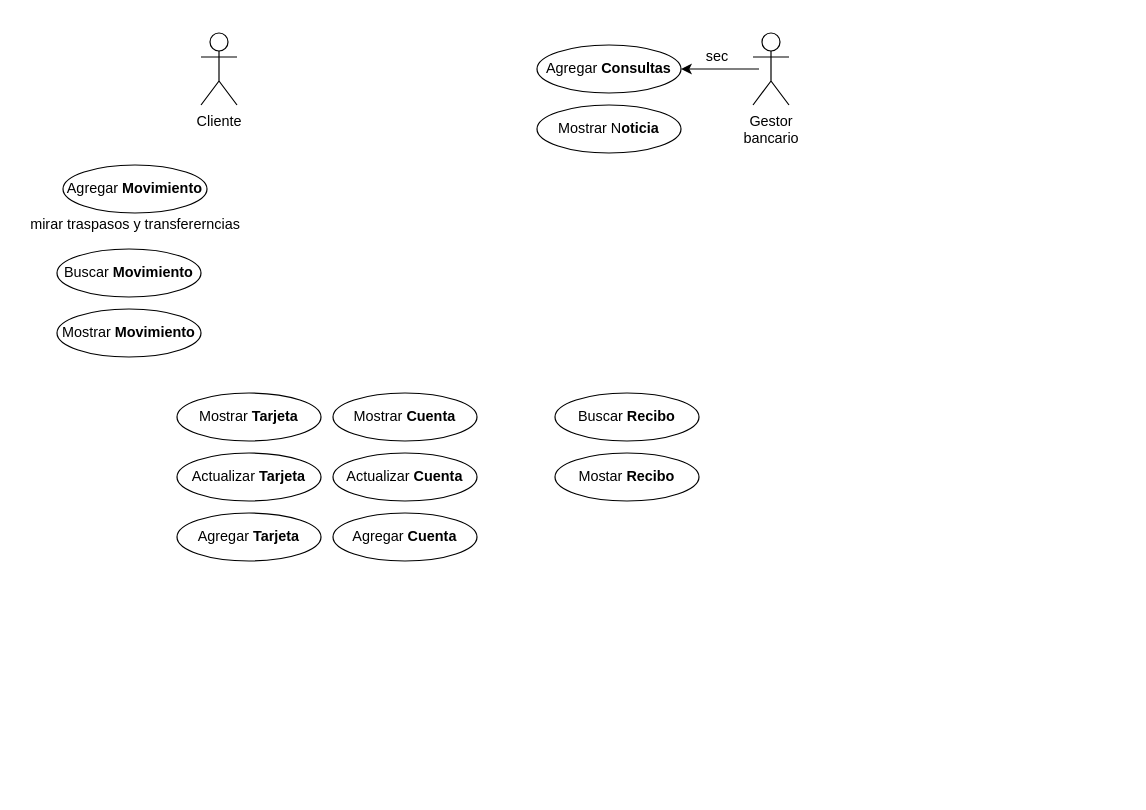
Before: Caso_de_uso.drawio in Argudo/EBZ, a draw.io diagram. Source tidied: cells renumbered, new cells numbered last; positions are measured from the earlier drawing's top-left corner, leaving out a move shared by most shapes. Both pictures are drawn from the tidied source at 120%, with x=0, y=0 at pixel (20, 32).
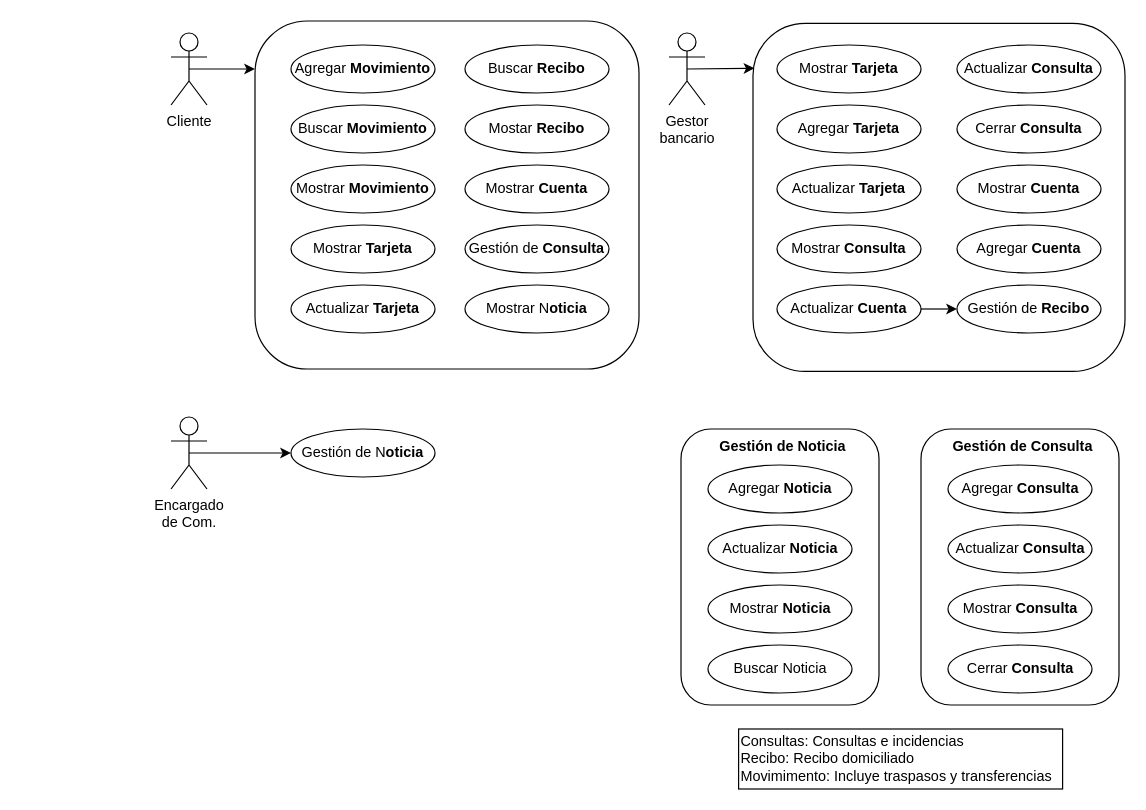
The same diagram, later.

Commit message:
Casos de Uso v1

The edit, as a diff of the source:
```diff
@@
+    <mxCell id="20" style="rounded=1;whiteSpace=wrap;html=1;strokeColor=default;strokeWidth=1;" parent="1" vertex="1">
+      <mxGeometry x="610" y="-8" width="310" height="290" as="geometry" />
+    </mxCell>
+    <mxCell id="21" style="rounded=1;whiteSpace=wrap;html=1;strokeColor=default;strokeWidth=1;" parent="1" vertex="1">
+      <mxGeometry x="195" y="-10" width="320" height="290" as="geometry" />
+    </mxCell>
+    <mxCell id="22" style="edgeStyle=none;html=1;exitX=0.5;exitY=0.5;exitDx=0;exitDy=0;exitPerimeter=0;entryX=0;entryY=0.138;entryDx=0;entryDy=0;entryPerimeter=0;" parent="1" edge="1" source="2" target="21">
+      <mxGeometry relative="1" as="geometry" />
+    </mxCell>
     <mxCell id="2" value="Cliente" style="shape=umlActor;verticalLabelPosition=bottom;verticalAlign=top;html=1;outlineConnect=0;" parent="1" vertex="1">
-      <mxGeometry x="150" width="30" height="60" as="geometry" />
+      <mxGeometry x="125" width="30" height="60" as="geometry" />
     </mxCell>
     <mxCell id="3" value="Mostrar &lt;b&gt;Cuenta&lt;/b&gt;" style="ellipse;whiteSpace=wrap;html=1;" parent="1" vertex="1">
-      <mxGeometry x="260" y="300" width="120" height="40" as="geometry" />
+      <mxGeometry x="780" y="110" width="120" height="40" as="geometry" />
     </mxCell>
     <mxCell id="4" value="Mostrar &lt;b&gt;Tarjeta&lt;/b&gt;" style="ellipse;whiteSpace=wrap;html=1;" parent="1" vertex="1">
-      <mxGeometry x="130" y="300" width="120" height="40" as="geometry" />
+      <mxGeometry x="225" y="160" width="120" height="40" as="geometry" />
     </mxCell>
     <mxCell id="5" value="Buscar &lt;b&gt;Movimiento&lt;/b&gt;" style="ellipse;whiteSpace=wrap;html=1;" parent="1" vertex="1">
-      <mxGeometry x="30" y="180" width="120" height="40" as="geometry" />
+      <mxGeometry x="225" y="60" width="120" height="40" as="geometry" />
     </mxCell>
     <mxCell id="6" value="Mostrar&amp;nbsp;&lt;b&gt;Movimiento&lt;/b&gt;" style="ellipse;whiteSpace=wrap;html=1;" parent="1" vertex="1">
-      <mxGeometry x="30" y="230" width="120" height="40" as="geometry" />
+      <mxGeometry x="225" y="110" width="120" height="40" as="geometry" />
     </mxCell>
     <mxCell id="7" value="Buscar &lt;b&gt;Recibo&lt;/b&gt;" style="ellipse;whiteSpace=wrap;html=1;" parent="1" vertex="1">
-      <mxGeometry x="445" y="300" width="120" height="40" as="geometry" />
+      <mxGeometry x="370" y="10" width="120" height="40" as="geometry" />
     </mxCell>
     <mxCell id="8" value="Mostar&amp;nbsp;&lt;b&gt;Recibo&lt;/b&gt;" style="ellipse;whiteSpace=wrap;html=1;" parent="1" vertex="1">
-      <mxGeometry x="445" y="350" width="120" height="40" as="geometry" />
+      <mxGeometry x="370" y="60" width="120" height="40" as="geometry" />
     </mxCell>
     <mxCell id="9" value="Actualizar &lt;b&gt;Tarjeta&lt;/b&gt;" style="ellipse;whiteSpace=wrap;html=1;" parent="1" vertex="1">
-      <mxGeometry x="130" y="350" width="120" height="40" as="geometry" />
+      <mxGeometry x="225" y="210" width="120" height="40" as="geometry" />
     </mxCell>
     <mxCell id="10" value="Agregar &lt;b&gt;Movimiento&lt;/b&gt;" style="ellipse;whiteSpace=wrap;html=1;" parent="1" vertex="1">
-      <mxGeometry x="35" y="110" width="120" height="40" as="geometry" />
+      <mxGeometry x="225" y="10" width="120" height="40" as="geometry" />
     </mxCell>
-    <mxCell id="11" value="mirar traspasos y transfererncias" style="text;html=1;align=center;verticalAlign=middle;strokeColor=none;fillColor=none;" parent="1" vertex="1">
-      <mxGeometry y="150" width="190" height="20" as="geometry" />
-    </mxCell>
-    <mxCell id="12" value="Agregar &lt;b&gt;Consultas&lt;/b&gt;" style="ellipse;whiteSpace=wrap;html=1;" parent="1" vertex="1">
-      <mxGeometry x="430" y="10" width="120" height="40" as="geometry" />
-    </mxCell>
-    <mxCell id="13" style="edgeStyle=none;html=1;exitX=0.5;exitY=0.5;exitDx=0;exitDy=0;exitPerimeter=0;entryX=1;entryY=0.5;entryDx=0;entryDy=0;" parent="1" edge="1" target="12">
-      <mxGeometry relative="1" as="geometry">
-        <mxPoint x="615" y="30" as="sourcePoint" />
-      </mxGeometry>
-    </mxCell>
-    <mxCell id="14" value="sec" style="text;html=1;align=center;verticalAlign=middle;strokeColor=none;fillColor=none;" parent="1" vertex="1">
-      <mxGeometry x="565" y="10" width="30" height="20" as="geometry" />
-    </mxCell>
     <mxCell id="15" value="Mostrar N&lt;b&gt;oticia&lt;/b&gt;" style="ellipse;whiteSpace=wrap;html=1;" parent="1" vertex="1">
-      <mxGeometry x="430" y="60" width="120" height="40" as="geometry" />
+      <mxGeometry x="370" y="210" width="120" height="40" as="geometry" />
     </mxCell>
+    <mxCell id="23" style="edgeStyle=none;html=1;exitX=0.5;exitY=0.5;exitDx=0;exitDy=0;exitPerimeter=0;entryX=0.004;entryY=0.129;entryDx=0;entryDy=0;entryPerimeter=0;" parent="1" edge="1" source="16" target="20">
+      <mxGeometry relative="1" as="geometry" />
+    </mxCell>
     <mxCell id="16" value="Gestor&lt;br&gt;bancario" style="shape=umlActor;verticalLabelPosition=bottom;verticalAlign=top;html=1;outlineConnect=0;" parent="1" vertex="1">
-      <mxGeometry x="610" width="30" height="60" as="geometry" />
+      <mxGeometry x="540" width="30" height="60" as="geometry" />
     </mxCell>
     <mxCell id="17" value="Agregar&amp;nbsp;&lt;b&gt;Tarjeta&lt;/b&gt;" style="ellipse;whiteSpace=wrap;html=1;" parent="1" vertex="1">
-      <mxGeometry x="130" y="400" width="120" height="40" as="geometry" />
+      <mxGeometry x="630" y="60" width="120" height="40" as="geometry" />
     </mxCell>
     <mxCell id="18" value="Agregar&amp;nbsp;&lt;b&gt;Cuenta&lt;/b&gt;" style="ellipse;whiteSpace=wrap;html=1;" parent="1" vertex="1">
-      <mxGeometry x="260" y="400" width="120" height="40" as="geometry" />
+      <mxGeometry x="780" y="160" width="120" height="40" as="geometry" />
     </mxCell>
+    <mxCell id="24" style="edgeStyle=none;html=1;exitX=1;exitY=0.5;exitDx=0;exitDy=0;" parent="1" edge="1" source="19" target="29">
+      <mxGeometry relative="1" as="geometry" />
+    </mxCell>
     <mxCell id="19" value="Actualizar&amp;nbsp;&lt;b&gt;Cuenta&lt;/b&gt;" style="ellipse;whiteSpace=wrap;html=1;" parent="1" vertex="1">
-      <mxGeometry x="260" y="350" width="120" height="40" as="geometry" />
+      <mxGeometry x="630" y="210" width="120" height="40" as="geometry" />
     </mxCell>
+    <mxCell id="25" value="Mostrar &lt;b&gt;Cuenta&lt;/b&gt;" style="ellipse;whiteSpace=wrap;html=1;" parent="1" vertex="1">
+      <mxGeometry x="370" y="110" width="120" height="40" as="geometry" />
+    </mxCell>
+    <mxCell id="26" value="Actualizar &lt;b&gt;Tarjeta&lt;/b&gt;" style="ellipse;whiteSpace=wrap;html=1;" parent="1" vertex="1">
+      <mxGeometry x="630" y="110" width="120" height="40" as="geometry" />
+    </mxCell>
+    <mxCell id="27" value="Mostrar &lt;b&gt;Tarjeta&lt;/b&gt;" style="ellipse;whiteSpace=wrap;html=1;" parent="1" vertex="1">
+      <mxGeometry x="630" y="10" width="120" height="40" as="geometry" />
+    </mxCell>
+    <mxCell id="28" value="Consultas: Consultas e incidencias&lt;br&gt;Recibo: Recibo domiciliado&lt;br&gt;&lt;div&gt;&lt;span&gt;Movimimento: Incluye traspasos y transferencias&lt;/span&gt;&lt;/div&gt;" style="text;html=1;align=left;verticalAlign=middle;strokeColor=default;fillColor=none;strokeWidth=1;perimeterSpacing=2;" parent="1" vertex="1">
+      <mxGeometry x="598" y="580" width="270" height="50" as="geometry" />
+    </mxCell>
+    <mxCell id="29" value="Gestión de&amp;nbsp;&lt;b&gt;Recibo&lt;/b&gt;" style="ellipse;whiteSpace=wrap;html=1;" parent="1" vertex="1">
+      <mxGeometry x="780" y="210" width="120" height="40" as="geometry" />
+    </mxCell>
+    <mxCell id="30" value="Cerrar&amp;nbsp;&lt;b&gt;Consulta&lt;/b&gt;" style="ellipse;whiteSpace=wrap;html=1;" parent="1" vertex="1">
+      <mxGeometry x="780" y="60" width="120" height="40" as="geometry" />
+    </mxCell>
+    <mxCell id="31" value="Actualizar&amp;nbsp;&lt;b&gt;Consulta&lt;/b&gt;" style="ellipse;whiteSpace=wrap;html=1;" parent="1" vertex="1">
+      <mxGeometry x="780" y="10" width="120" height="40" as="geometry" />
+    </mxCell>
+    <mxCell id="32" value="Mostrar&amp;nbsp;&lt;b&gt;Consulta&lt;/b&gt;" style="ellipse;whiteSpace=wrap;html=1;" parent="1" vertex="1">
+      <mxGeometry x="630" y="160" width="120" height="40" as="geometry" />
+    </mxCell>
+    <mxCell id="33" value="Gestión de&amp;nbsp;&lt;b&gt;Consulta&lt;/b&gt;" style="ellipse;whiteSpace=wrap;html=1;" parent="1" vertex="1">
+      <mxGeometry x="370" y="160" width="120" height="40" as="geometry" />
+    </mxCell>
+    <mxCell id="34" style="group;" parent="1" vertex="1">
+      <mxGeometry x="750" y="330" width="165" height="230" as="geometry" />
+    </mxCell>
+    <mxCell id="35" style="rounded=1;whiteSpace=wrap;html=1;strokeColor=default;strokeWidth=1;" parent="34" vertex="1">
+      <mxGeometry width="165" height="230" as="geometry" />
+    </mxCell>
+    <mxCell id="12" value="Actualizar&amp;nbsp;&lt;b&gt;Consulta&lt;/b&gt;" style="ellipse;whiteSpace=wrap;html=1;" parent="34" vertex="1">
+      <mxGeometry x="22.5" y="80" width="120" height="40" as="geometry" />
+    </mxCell>
+    <mxCell id="36" value="Cerrar&amp;nbsp;&lt;b&gt;Consulta&lt;/b&gt;" style="ellipse;whiteSpace=wrap;html=1;" parent="34" vertex="1">
+      <mxGeometry x="22.5" y="180" width="120" height="40" as="geometry" />
+    </mxCell>
+    <mxCell id="37" value="Mostrar&amp;nbsp;&lt;b&gt;Consulta&lt;/b&gt;" style="ellipse;whiteSpace=wrap;html=1;" parent="34" vertex="1">
+      <mxGeometry x="22.5" y="130" width="120" height="40" as="geometry" />
+    </mxCell>
+    <mxCell id="38" value="Agregar&amp;nbsp;&lt;b&gt;Consulta&lt;/b&gt;" style="ellipse;whiteSpace=wrap;html=1;" parent="34" vertex="1">
+      <mxGeometry x="22.5" y="30" width="120" height="40" as="geometry" />
+    </mxCell>
+    <mxCell id="39" value="&lt;b&gt;Gestión de Consulta&lt;/b&gt;" style="text;html=1;strokeColor=none;fillColor=none;align=center;verticalAlign=middle;whiteSpace=wrap;rounded=0;" parent="34" vertex="1">
+      <mxGeometry x="25" width="120" height="30" as="geometry" />
+    </mxCell>
+    <mxCell id="40" style="edgeStyle=none;html=1;exitX=0.5;exitY=0.5;exitDx=0;exitDy=0;exitPerimeter=0;" parent="1" edge="1" source="41" target="42">
+      <mxGeometry relative="1" as="geometry" />
+    </mxCell>
+    <mxCell id="41" value="Encargado&lt;br&gt;de Com." style="shape=umlActor;verticalLabelPosition=bottom;verticalAlign=top;html=1;outlineConnect=0;strokeColor=default;strokeWidth=1;" parent="1" vertex="1">
+      <mxGeometry x="125" y="320" width="30" height="60" as="geometry" />
+    </mxCell>
+    <mxCell id="42" value="Gestión de N&lt;b&gt;oticia&lt;/b&gt;" style="ellipse;whiteSpace=wrap;html=1;" parent="1" vertex="1">
+      <mxGeometry x="225" y="330" width="120" height="40" as="geometry" />
+    </mxCell>
+    <mxCell id="43" style="group;" parent="1" vertex="1">
+      <mxGeometry x="550" y="330" width="165" height="230" as="geometry" />
+    </mxCell>
+    <mxCell id="44" style="rounded=1;whiteSpace=wrap;html=1;strokeColor=default;strokeWidth=1;" parent="43" vertex="1">
+      <mxGeometry width="165" height="230" as="geometry" />
+    </mxCell>
+    <mxCell id="45" value="Actualizar&amp;nbsp;&lt;b&gt;Noticia&lt;/b&gt;" style="ellipse;whiteSpace=wrap;html=1;" parent="43" vertex="1">
+      <mxGeometry x="22.5" y="80" width="120" height="40" as="geometry" />
+    </mxCell>
+    <mxCell id="46" value="Buscar Noticia" style="ellipse;whiteSpace=wrap;html=1;" parent="43" vertex="1">
+      <mxGeometry x="22.5" y="180" width="120" height="40" as="geometry" />
+    </mxCell>
+    <mxCell id="47" value="Mostrar&amp;nbsp;&lt;b&gt;Noticia&lt;/b&gt;" style="ellipse;whiteSpace=wrap;html=1;" parent="43" vertex="1">
+      <mxGeometry x="22.5" y="130" width="120" height="40" as="geometry" />
+    </mxCell>
+    <mxCell id="48" value="Agregar&amp;nbsp;&lt;b&gt;Noticia&lt;/b&gt;" style="ellipse;whiteSpace=wrap;html=1;" parent="43" vertex="1">
+      <mxGeometry x="22.5" y="30" width="120" height="40" as="geometry" />
+    </mxCell>
+    <mxCell id="49" value="&lt;b&gt;Gestión de Noticia&lt;/b&gt;" style="text;html=1;strokeColor=none;fillColor=none;align=center;verticalAlign=middle;whiteSpace=wrap;rounded=0;" parent="43" vertex="1">
+      <mxGeometry x="25" width="120" height="30" as="geometry" />
+    </mxCell>
```
